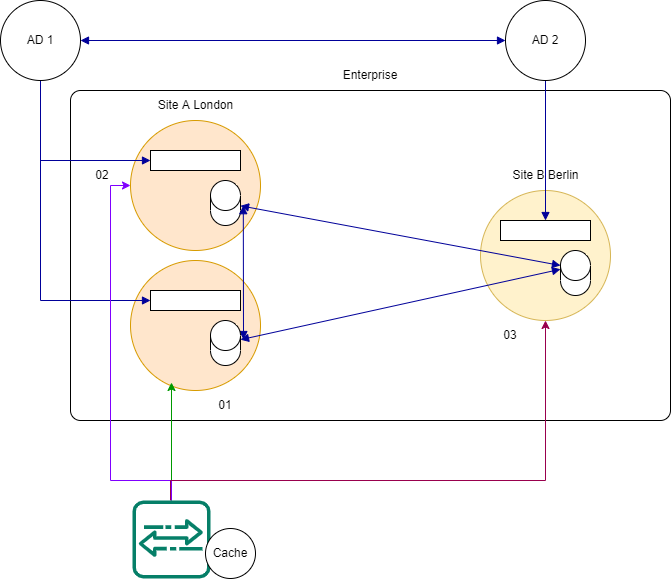
Above: images/Imprivata.drawio.png in Radriverron/radriverron.github.io (draw.io), before the change. Source tidied: cells renumbered, new cells last; positions are measured from the earlier drawing's top-left corner, leaving out a move shared by most shapes.
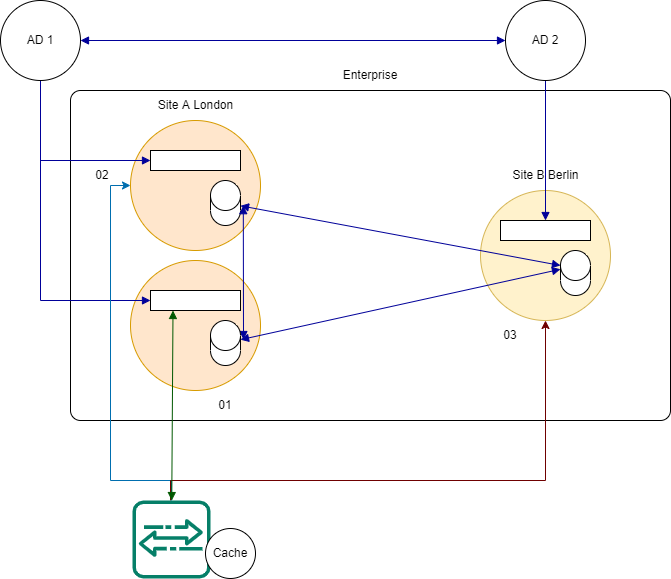
The same diagram one commit later.

The edit, as a diff of the source:
```diff
@@ -62,12 +62,7 @@
     <mxCell id="20" style="shape=cylinder3;whiteSpace=wrap;html=1;boundedLbl=1;backgroundOutline=1;size=15;" parent="1" vertex="1">
       <mxGeometry x="210" y="320" width="30" height="45" as="geometry" />
     </mxCell>
-    <mxCell id="21" style="edgeStyle=orthogonalEdgeStyle;rounded=0;jettySize=auto;html=1;fillColor=#d5e8d4;strokeColor=#009900;" parent="1" edge="1" source="24">
-      <mxGeometry relative="1" as="geometry">
-        <mxPoint x="171" y="382" as="targetPoint" />
-      </mxGeometry>
-    </mxCell>
-    <mxCell id="22" style="edgeStyle=orthogonalEdgeStyle;rounded=0;jettySize=auto;html=1;entryX=0;entryY=0.5;entryDx=0;entryDy=0;strokeColor=#7F00FF;" parent="1" edge="1" target="3">
+    <mxCell id="22" style="edgeStyle=orthogonalEdgeStyle;rounded=0;jettySize=auto;html=1;entryX=0;entryY=0.5;entryDx=0;entryDy=0;strokeColor=#006EAF;fillColor=#1ba1e2;" parent="1" edge="1" target="3">
       <mxGeometry relative="1" as="geometry">
         <mxPoint x="171" y="500" as="sourcePoint" />
         <Array as="points">
@@ -77,7 +72,7 @@
         </Array>
       </mxGeometry>
     </mxCell>
-    <mxCell id="23" style="edgeStyle=orthogonalEdgeStyle;rounded=0;jettySize=auto;html=1;entryX=0.5;entryY=1;entryDx=0;entryDy=0;strokeColor=#99004D;" parent="1" edge="1" target="5">
+    <mxCell id="23" style="edgeStyle=orthogonalEdgeStyle;rounded=0;jettySize=auto;html=1;entryX=0.5;entryY=1;entryDx=0;entryDy=0;strokeColor=#6F0000;fillColor=#a20025;" parent="1" edge="1" target="5">
       <mxGeometry relative="1" as="geometry">
         <mxPoint x="170" y="500" as="sourcePoint" />
         <Array as="points">
@@ -86,6 +81,9 @@
         </Array>
       </mxGeometry>
     </mxCell>
+    <mxCell id="32" style="edgeStyle=none;rounded=0;jettySize=auto;html=1;entryX=0.25;entryY=1;entryDx=0;entryDy=0;startArrow=block;startFill=1;endArrow=block;endFill=1;strokeColor=#005700;fillColor=#008a00;" parent="1" edge="1" source="24" target="12">
+      <mxGeometry relative="1" as="geometry" />
+    </mxCell>
     <mxCell id="24" style="sketch=0;outlineConnect=0;fontColor=#232F3E;gradientColor=none;fillColor=#067F68;strokeColor=none;dashed=0;verticalLabelPosition=bottom;verticalAlign=top;align=center;html=1;fontSize=12;fontStyle=0;shape=mxgraph.aws4.agent2;" parent="1" vertex="1">
       <mxGeometry x="132" y="500" width="78" height="78" as="geometry" />
     </mxCell>
```
